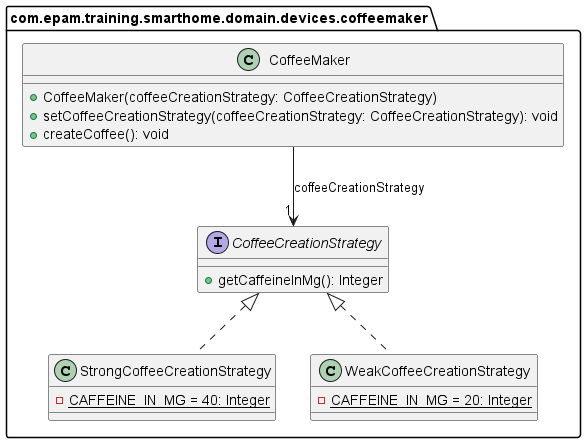
The PlantUML diagram design-patterns-smart-home/coffee.png in epam-java-cre/exercise-specification-images, before a commit.
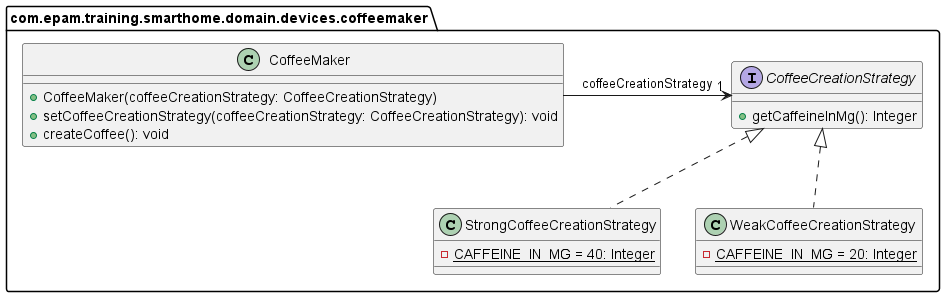
The same file after the commit.

The edit, as a diff of the source:
```diff
@@ -6,11 +6,11 @@
         +getCaffeineInMg(): Integer
     }
 
-    class StrongCoffeeCreationStrategy implements CoffeeCreationStrategy{
+    class StrongCoffeeCreationStrategy implements CoffeeCreationStrategy {
         -{static}CAFFEINE_IN_MG = 40: Integer
     }
 
-    class WeakCoffeeCreationStrategy implements CoffeeCreationStrategy{
+    class WeakCoffeeCreationStrategy implements CoffeeCreationStrategy {
         -{static}CAFFEINE_IN_MG = 20: Integer
     }
 
@@ -19,6 +19,6 @@
         +setCoffeeCreationStrategy(coffeeCreationStrategy: CoffeeCreationStrategy): void
         +createCoffee(): void
     }
-    CoffeeMaker --> "1" CoffeeCreationStrategy : coffeeCreationStrategy
+    CoffeeMaker -right-> "1" CoffeeCreationStrategy : coffeeCreationStrategy
 }
 @enduml
```
